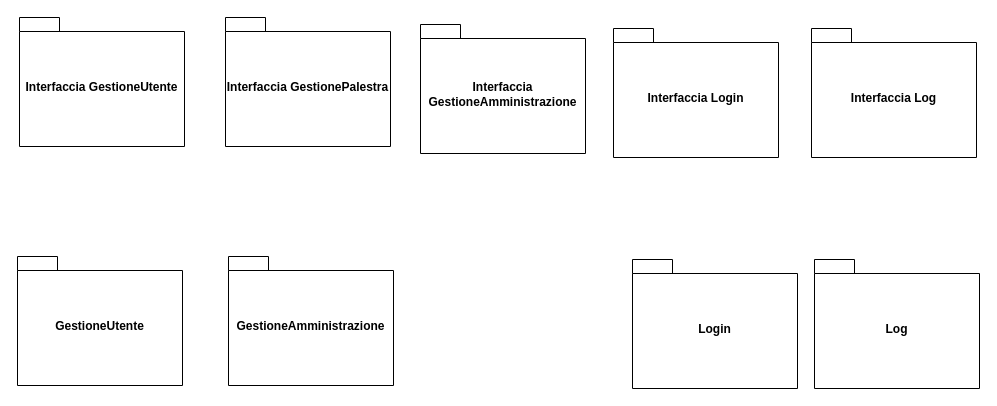
The draw.io diagram Diagrammi_Package/Utente.drawio in JosephBoom02/Progetto_Ingegneria_del_Software, before the edit. Source tidied: cells renumbered, new cells numbered last; positions are measured from the earlier drawing's top-left corner, leaving out a move shared by most shapes. Both pictures are drawn from the tidied source at 100%, with x=0, y=0 at pixel (17, 17).
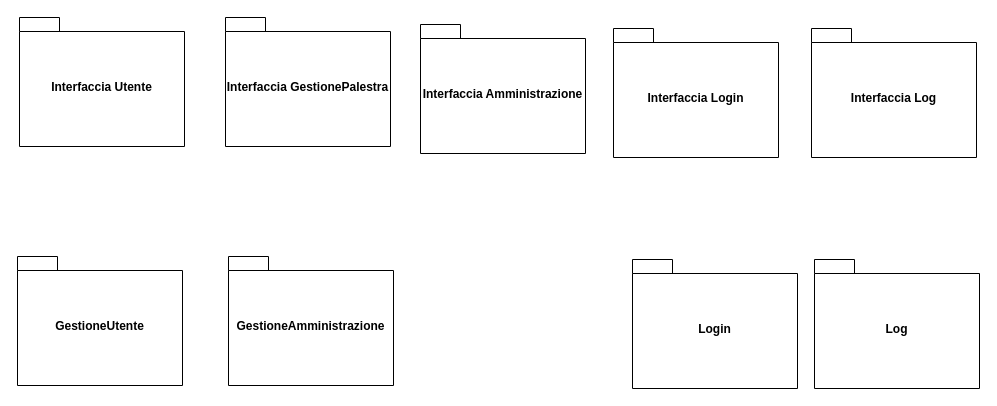
Above is the later version.

Diff of the diagram source:
```diff
@@
 <mxGraphModel>
   <root>
     <mxCell id="0" />
     <mxCell id="1" parent="0" />
-    <mxCell id="2" value="Interfaccia GestioneUtente" style="shape=folder;fontStyle=1;spacingTop=10;tabWidth=40;tabHeight=14;tabPosition=left;html=1;whiteSpace=wrap;" parent="1" vertex="1">
+    <mxCell id="2" value="Interfaccia Utente" style="shape=folder;fontStyle=1;spacingTop=10;tabWidth=40;tabHeight=14;tabPosition=left;html=1;whiteSpace=wrap;" parent="1" vertex="1">
       <mxGeometry x="2" width="165" height="129" as="geometry" />
     </mxCell>
     <mxCell id="3" value="Interfaccia GestionePalestra" style="shape=folder;fontStyle=1;spacingTop=10;tabWidth=40;tabHeight=14;tabPosition=left;html=1;whiteSpace=wrap;" parent="1" vertex="1">
       <mxGeometry x="208" width="165" height="129" as="geometry" />
     </mxCell>
-    <mxCell id="4" value="Interfaccia GestioneAmministrazione" style="shape=folder;fontStyle=1;spacingTop=10;tabWidth=40;tabHeight=14;tabPosition=left;html=1;whiteSpace=wrap;" parent="1" vertex="1">
+    <mxCell id="4" value="Interfaccia Amministrazione" style="shape=folder;fontStyle=1;spacingTop=10;tabWidth=40;tabHeight=14;tabPosition=left;html=1;whiteSpace=wrap;" parent="1" vertex="1">
       <mxGeometry x="403" y="7" width="165" height="129" as="geometry" />
     </mxCell>
     <mxCell id="5" value="Interfaccia Login" style="shape=folder;fontStyle=1;spacingTop=10;tabWidth=40;tabHeight=14;tabPosition=left;html=1;whiteSpace=wrap;" parent="1" vertex="1">
       <mxGeometry x="596" y="11" width="165" height="129" as="geometry" />
     </mxCell>
     <mxCell id="6" value="Interfaccia Log" style="shape=folder;fontStyle=1;spacingTop=10;tabWidth=40;tabHeight=14;tabPosition=left;html=1;whiteSpace=wrap;" parent="1" vertex="1">
       <mxGeometry x="794" y="11" width="165" height="129" as="geometry" />
     </mxCell>
     <mxCell id="7" value="GestioneUtente" style="shape=folder;fontStyle=1;spacingTop=10;tabWidth=40;tabHeight=14;tabPosition=left;html=1;whiteSpace=wrap;" parent="1" vertex="1">
       <mxGeometry y="239" width="165" height="129" as="geometry" />
     </mxCell>
     <mxCell id="8" value="GestioneAmministrazione" style="shape=folder;fontStyle=1;spacingTop=10;tabWidth=40;tabHeight=14;tabPosition=left;html=1;whiteSpace=wrap;" parent="1" vertex="1">
       <mxGeometry x="211" y="239" width="165" height="129" as="geometry" />
     </mxCell>
     <mxCell id="9" value="Log" style="shape=folder;fontStyle=1;spacingTop=10;tabWidth=40;tabHeight=14;tabPosition=left;html=1;whiteSpace=wrap;" parent="1" vertex="1">
       <mxGeometry x="797" y="242" width="165" height="129" as="geometry" />
     </mxCell>
     <mxCell id="10" value="Login" style="shape=folder;fontStyle=1;spacingTop=10;tabWidth=40;tabHeight=14;tabPosition=left;html=1;whiteSpace=wrap;" parent="1" vertex="1">
       <mxGeometry x="615" y="242" width="165" height="129" as="geometry" />
     </mxCell>
   </root>
 </mxGraphModel>
```
